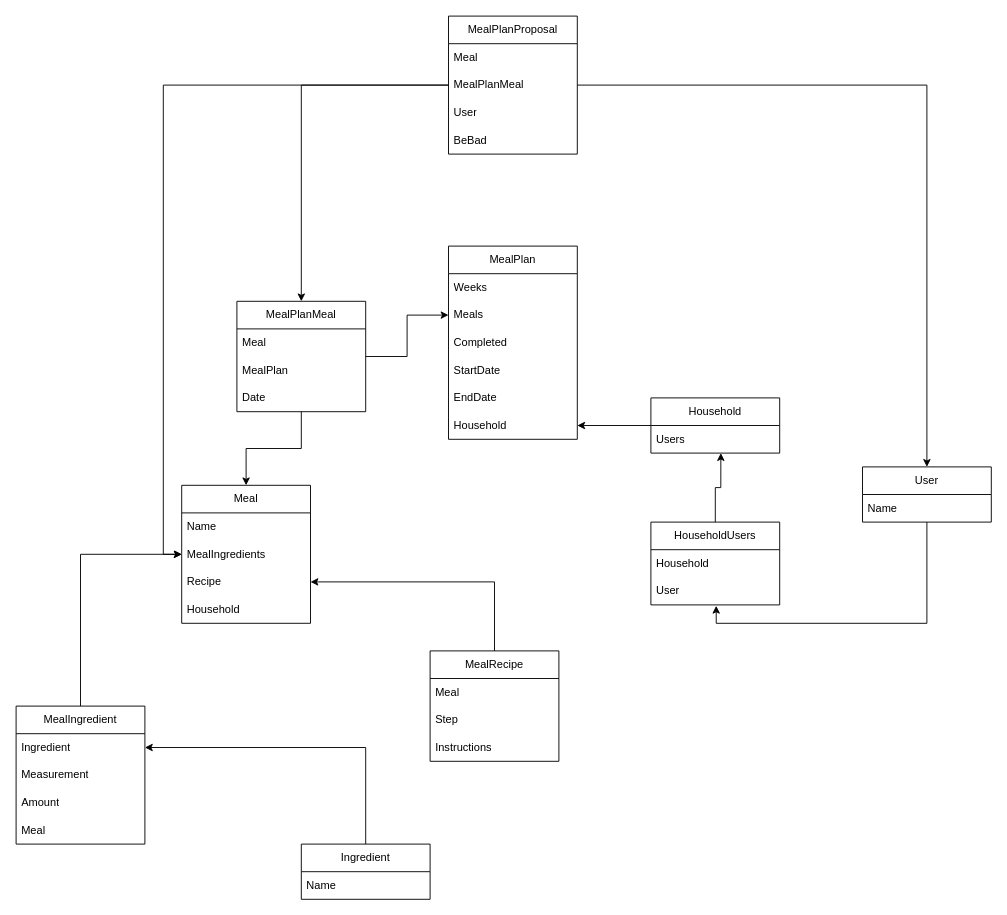
This is MealMatch.drawio from Andy-t-bennett/MealMatch, a draw.io file, before an edit. Source tidied: cells renumbered, new cells numbered last; positions are measured from the earlier drawing's top-left corner, leaving out a move shared by most shapes. Both pictures are drawn from the tidied source at 92%, with x=0, y=0 at pixel (16, 16).
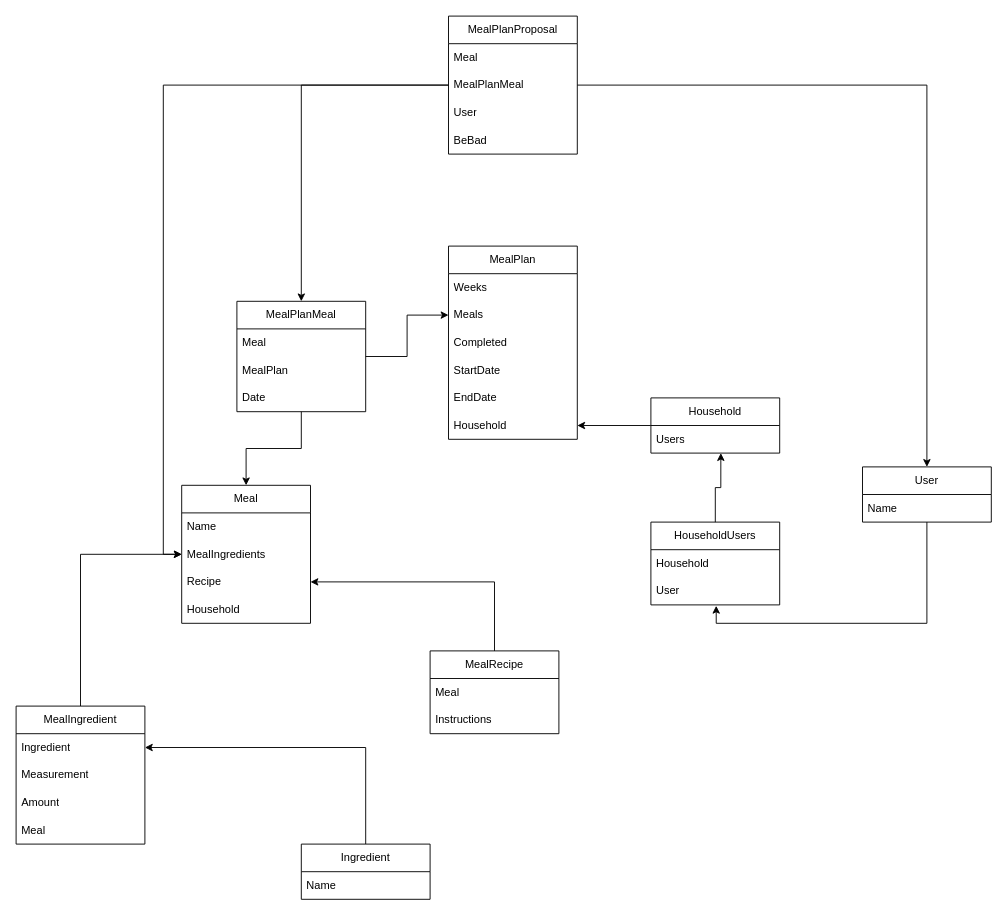
After the change.

The edit, as a diff of the source:
```diff
@@
     <mxCell id="24" value="MealRecipe" style="swimlane;fontStyle=0;horizontal=1;startSize=30;whiteSpace=wrap;html=1;" parent="1" vertex="1">
-      <mxGeometry x="450" y="690" width="140" height="120" as="geometry" />
+      <mxGeometry x="450" y="690" width="140" height="90" as="geometry" />
     </mxCell>
@@
-    <mxCell id="26" value="Step" style="text;strokeColor=none;fillColor=none;align=left;verticalAlign=middle;spacingLeft=4;spacingRight=4;overflow=hidden;whiteSpace=wrap;html=1;" parent="24" vertex="1">
-      <mxGeometry y="60" width="140" height="30" as="geometry" />
-    </mxCell>
     <mxCell id="27" value="Instructions" style="text;strokeColor=none;fillColor=none;align=left;verticalAlign=middle;spacingLeft=4;spacingRight=4;overflow=hidden;whiteSpace=wrap;html=1;" parent="24" vertex="1">
-      <mxGeometry y="90" width="140" height="30" as="geometry" />
+      <mxGeometry y="60" width="140" height="30" as="geometry" />
     </mxCell>
```
